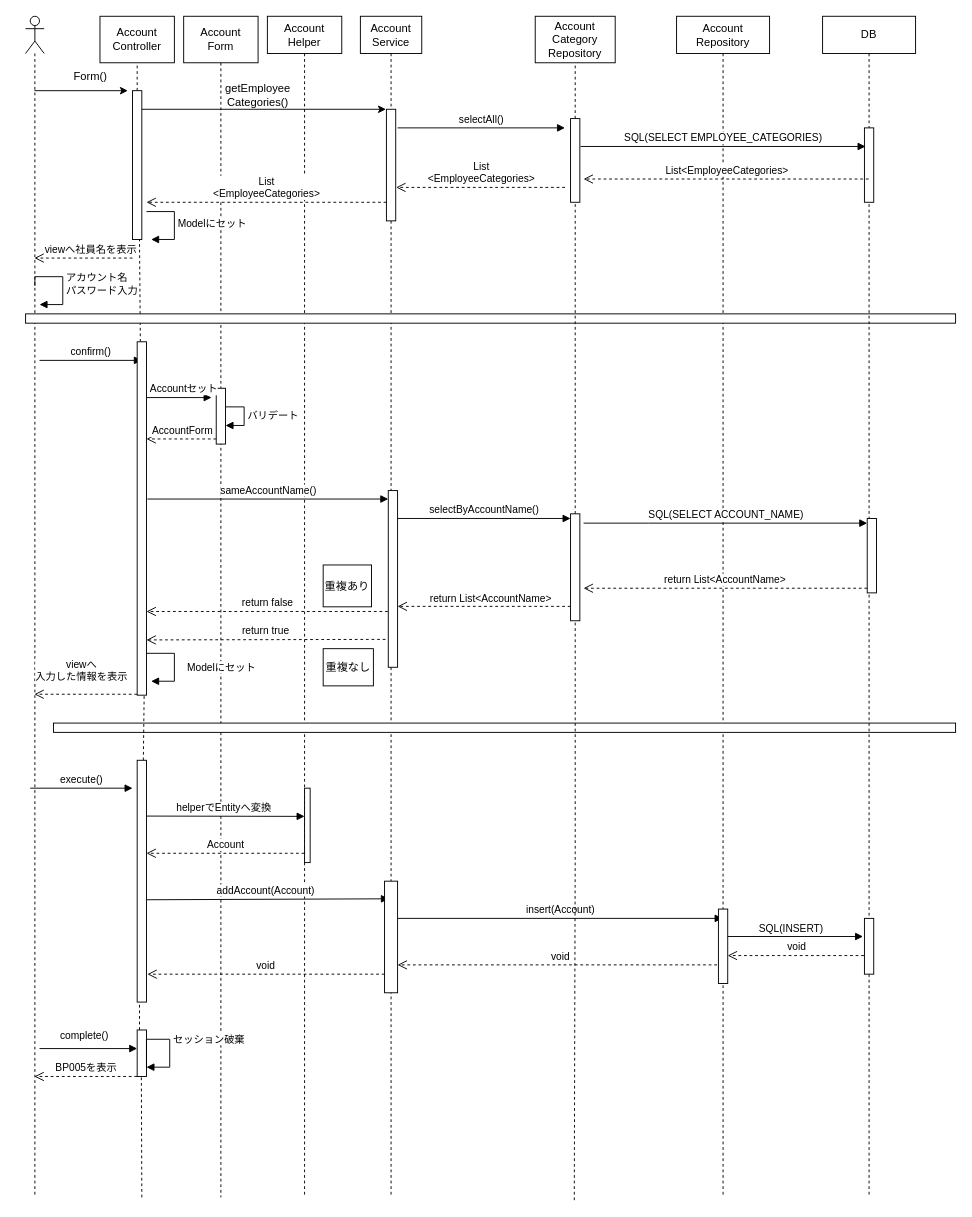
The draw.io diagram plan/uml/sequence/sequenseUC009.drawio in NstecEmp-013/team-dev-spring-boot-ec, before the edit. Source tidied: cells renumbered, new cells numbered last; positions are measured from the earlier drawing's top-left corner, leaving out a move shared by most shapes. Both pictures are drawn from the tidied source at 93%, with x=0, y=0 at pixel (25, 16).
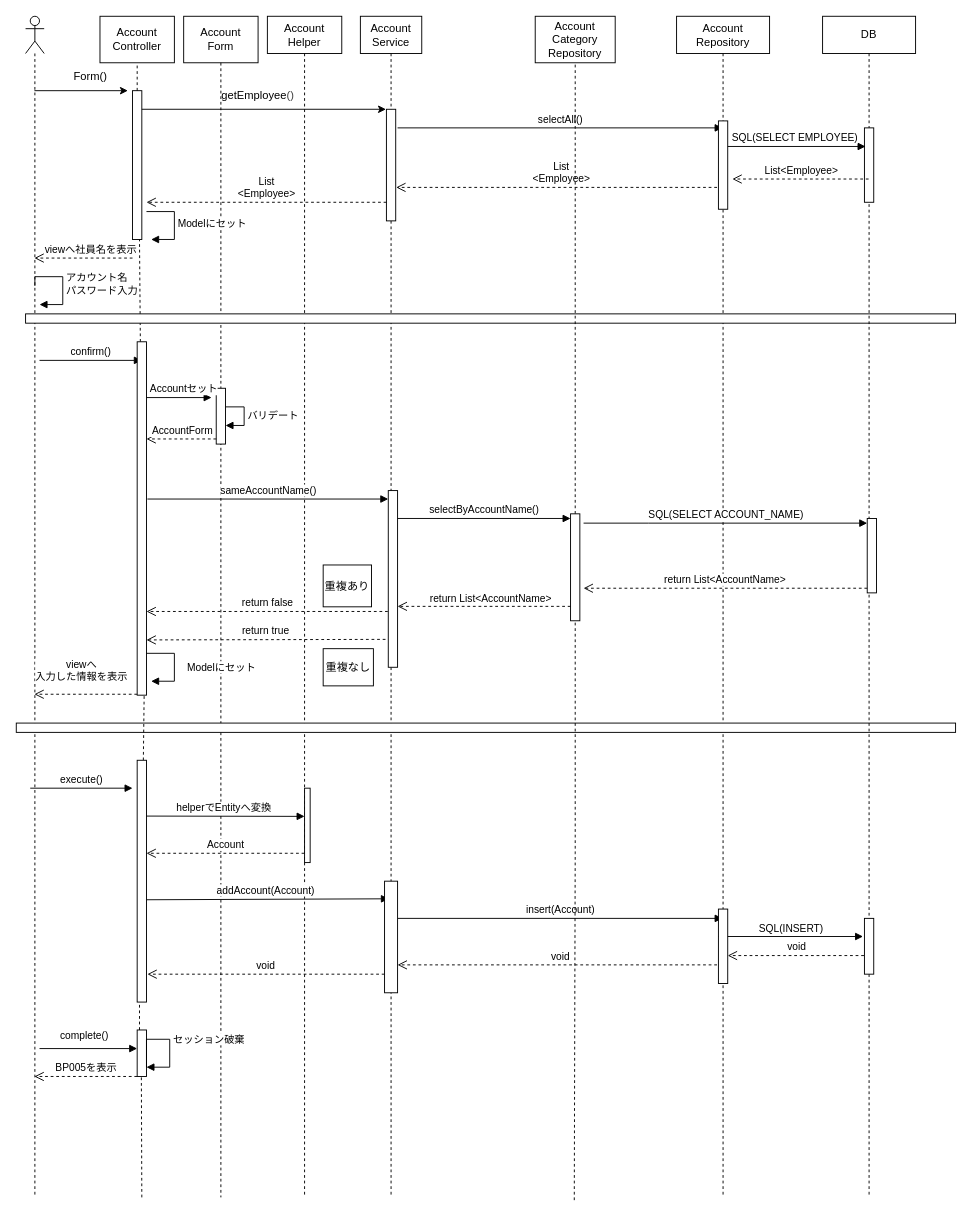
The same diagram, later.

Unchanged cells that the change refers to:
```xml
<mxCell id="3" value="Account&lt;br&gt;&lt;div&gt;Category&lt;/div&gt;&lt;div&gt;Repository&lt;/div&gt;" style="rounded=0;whiteSpace=wrap;html=1;" parent="1" vertex="1">
  <mxGeometry x="548" width="86" height="50" as="geometry" />
</mxCell>
<mxCell id="19" style="html=1;points=[[0,0,0,0,5],[0,1,0,0,-5],[1,0,0,0,5],[1,1,0,0,-5]];perimeter=orthogonalPerimeter;outlineConnect=0;targetShapes=umlLifeline;portConstraint=eastwest;newEdgeStyle={&quot;curved&quot;:0,&quot;rounded&quot;:0};" parent="18" vertex="1">
  <mxGeometry x="28" y="100" width="10" height="120" as="geometry" />
</mxCell>
<mxCell id="21" value="Account&lt;br&gt;&lt;div&gt;Repository&lt;/div&gt;" style="shape=umlLifeline;perimeter=lifelinePerimeter;whiteSpace=wrap;html=1;outlineConnect=0;portConstraint=eastwest;newEdgeStyle={&quot;curved&quot;:0,&quot;rounded&quot;:0};" parent="1" vertex="1">
  <mxGeometry x="700" width="100" height="1270" as="geometry" />
</mxCell>
<mxCell id="40" value="DB" style="shape=umlLifeline;perimeter=lifelinePerimeter;whiteSpace=wrap;html=1;outlineConnect=0;portConstraint=eastwest;newEdgeStyle={&quot;curved&quot;:0,&quot;rounded&quot;:0};" parent="1" vertex="1">
  <mxGeometry x="857" width="100" height="1270" as="geometry" />
</mxCell>
```

The edit, as a diff of the source:
```diff
@@
-    <mxCell id="10" value="getEmployee&lt;div&gt;Categories()&lt;/div&gt;" style="text;html=1;align=center;verticalAlign=middle;whiteSpace=wrap;rounded=0;" parent="1" vertex="1">
+    <mxCell id="10" value="getEmployee&lt;span style=&quot;color: rgb(63, 63, 63); background-color: transparent;&quot;&gt;()&lt;/span&gt;" style="text;html=1;align=center;verticalAlign=middle;whiteSpace=wrap;rounded=0;" parent="1" vertex="1">
       <mxGeometry x="220" y="70" width="60" height="30" as="geometry" />
     </mxCell>
-    <mxCell id="11" style="endArrow=none;dashed=1;html=1;rounded=0;entryX=0.5;entryY=1;entryDx=0;entryDy=0;" parent="1" edge="1" source="46" target="3">
-      <mxGeometry relative="1" as="geometry" />
-    </mxCell>
-    <mxCell id="12" value="selectAll()" style="html=1;verticalAlign=bottom;endArrow=block;curved=0;rounded=0;" parent="1" edge="1">
+    <mxCell id="12" value="selectAll()" style="html=1;verticalAlign=bottom;endArrow=block;curved=0;rounded=0;" parent="1" edge="1" target="21">
       <mxGeometry relative="1" as="geometry">
         <mxPoint x="400" y="120" as="sourcePoint" />
-        <mxPoint x="580" y="120" as="targetPoint" />
       </mxGeometry>
     </mxCell>
@@
-    <mxCell id="28" value="List&lt;div&gt;&amp;lt;EmployeeCategories&amp;gt;&lt;/div&gt;" style="html=1;verticalAlign=bottom;endArrow=open;dashed=1;endSize=8;curved=0;rounded=0;" parent="1" edge="1">
+    <mxCell id="28" value="List&lt;div&gt;&amp;lt;Employee&amp;gt;&lt;/div&gt;" style="html=1;verticalAlign=bottom;endArrow=open;dashed=1;endSize=8;curved=0;rounded=0;" parent="1" edge="1" source="21">
       <mxGeometry x="-0.01" relative="1" as="geometry">
-        <mxPoint x="580" y="184" as="sourcePoint" />
         <mxPoint x="398.5" y="184" as="targetPoint" />
       </mxGeometry>
     </mxCell>
-    <mxCell id="29" value="List&lt;div&gt;&amp;lt;EmployeeCategories&amp;gt;&lt;/div&gt;" style="html=1;verticalAlign=bottom;endArrow=open;dashed=1;endSize=8;curved=0;rounded=0;" parent="1" edge="1" source="19">
+    <mxCell id="29" value="List&lt;div&gt;&amp;lt;Employee&amp;gt;&lt;/div&gt;" style="html=1;verticalAlign=bottom;endArrow=open;dashed=1;endSize=8;curved=0;rounded=0;" parent="1" edge="1" source="19">
       <mxGeometry relative="1" as="geometry">
         <mxPoint x="130" y="200" as="targetPoint" />
       </mxGeometry>
     </mxCell>
@@
     <mxCell id="38" style="rounded=0;whiteSpace=wrap;html=1;" parent="1" vertex="1">
-      <mxGeometry x="30" y="760" width="970" height="10" as="geometry" />
+      <mxGeometry x="-10" y="760" width="1010" height="10" as="geometry" />
     </mxCell>
@@
-    <mxCell id="45" style="endArrow=none;dashed=1;html=1;rounded=0;" parent="1" edge="1" target="46">
+    <mxCell id="45" style="endArrow=none;dashed=1;html=1;rounded=0;" parent="1" edge="1" target="3">
       <mxGeometry relative="1" as="geometry">
         <mxPoint x="590" y="1273" as="sourcePoint" />
         <Array as="points">
           <mxPoint x="591" y="900" />
         </Array>
       </mxGeometry>
     </mxCell>
-    <mxCell id="46" style="rounded=0;whiteSpace=wrap;html=1;" parent="1" vertex="1">
-      <mxGeometry x="586" y="110" width="10" height="90" as="geometry" />
-    </mxCell>
-    <mxCell id="47" value="List&amp;lt;EmployeeCategories&amp;gt;" style="html=1;verticalAlign=bottom;endArrow=open;dashed=1;endSize=8;curved=0;rounded=0;" parent="1" edge="1" source="40">
+    <mxCell id="47" value="List&amp;lt;Employee&amp;gt;" style="html=1;verticalAlign=bottom;endArrow=open;dashed=1;endSize=8;curved=0;rounded=0;" parent="1" edge="1" source="40">
       <mxGeometry relative="1" as="geometry">
-        <mxPoint x="600" y="175" as="targetPoint" />
+        <mxPoint x="760" y="175" as="targetPoint" />
       </mxGeometry>
     </mxCell>
@@
-    <mxCell id="59" value="SQL(SELECT EMPLOYEE_CATEGORIES)" style="html=1;verticalAlign=bottom;endArrow=block;curved=0;rounded=0;" parent="1" edge="1">
+    <mxCell id="59" value="SQL(SELECT EMPLOYEE)" style="html=1;verticalAlign=bottom;endArrow=block;curved=0;rounded=0;" parent="1" edge="1">
       <mxGeometry relative="1" as="geometry">
-        <mxPoint x="596.8" y="140" as="sourcePoint" />
+        <mxPoint x="750" y="140" as="sourcePoint" />
         <mxPoint x="903.2" y="140" as="targetPoint" />
       </mxGeometry>
     </mxCell>
@@
+    <mxCell id="74" style="rounded=0;whiteSpace=wrap;html=1;" parent="1" vertex="1">
+      <mxGeometry x="745" y="112.5" width="10" height="95" as="geometry" />
+    </mxCell>
```
